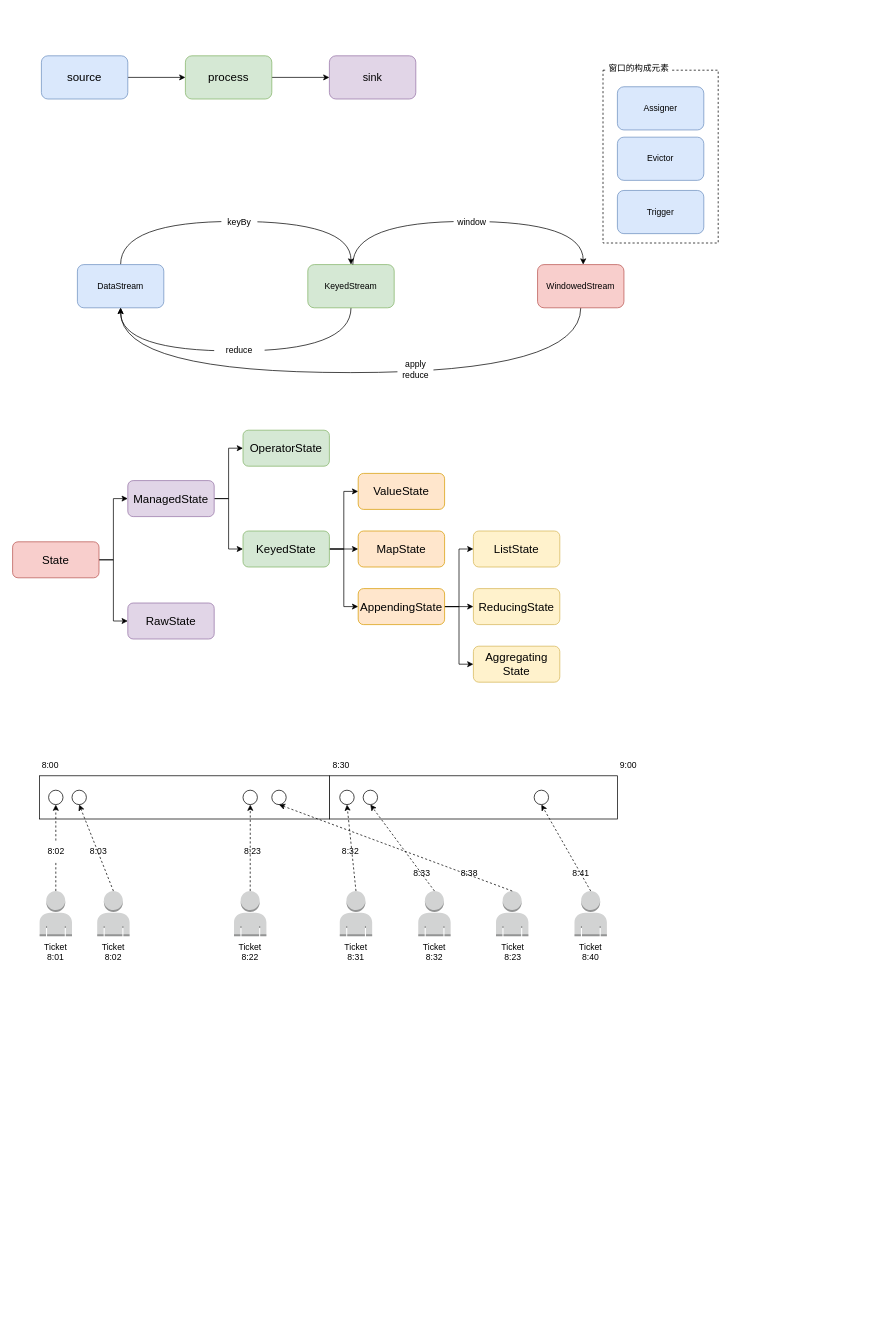
Before: flink.drawio in ZiqingYip/moment, a draw.io diagram. Source tidied: cells renumbered, new cells numbered last; positions are measured from the earlier drawing's top-left corner, leaving out a move shared by most shapes. Both pictures are drawn from the tidied source at 72%, with x=0, y=0 at pixel (12, 55).
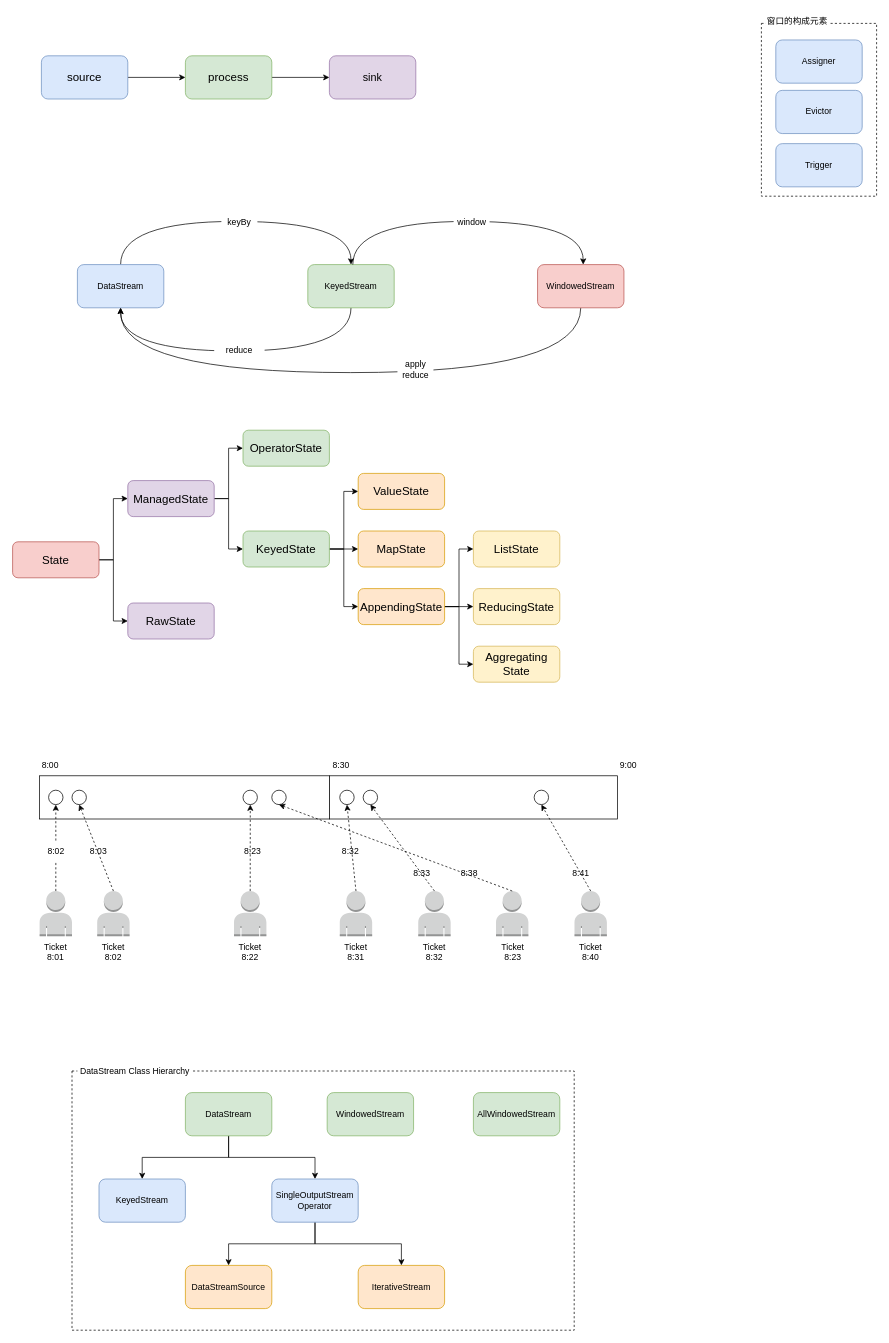
After the change.

Diff of the diagram source:
```diff
@@
+    <mxCell id="85" style="rounded=0;whiteSpace=wrap;html=1;fillColor=none;dashed=1;" parent="1" vertex="1">
+      <mxGeometry x="82.5" y="1410" width="697.5" height="360" as="geometry" />
+    </mxCell>
@@
     <mxCell id="75" value="Assigner" style="rounded=1;whiteSpace=wrap;html=1;fillColor=#dae8fc;strokeColor=#6c8ebf;" parent="1" vertex="1">
-      <mxGeometry x="840" y="43" width="120" height="60" as="geometry" />
+      <mxGeometry x="1060" y="-22" width="120" height="60" as="geometry" />
     </mxCell>
     <mxCell id="76" value="Evictor" style="rounded=1;whiteSpace=wrap;html=1;fillColor=#dae8fc;strokeColor=#6c8ebf;" parent="1" vertex="1">
-      <mxGeometry x="840" y="113" width="120" height="60" as="geometry" />
+      <mxGeometry x="1060" y="48" width="120" height="60" as="geometry" />
     </mxCell>
     <mxCell id="77" value="Trigger" style="rounded=1;whiteSpace=wrap;html=1;fillColor=#dae8fc;strokeColor=#6c8ebf;" parent="1" vertex="1">
-      <mxGeometry x="840" y="187" width="120" height="60" as="geometry" />
+      <mxGeometry x="1060" y="122" width="120" height="60" as="geometry" />
     </mxCell>
     <mxCell id="78" style="rounded=0;whiteSpace=wrap;html=1;fillColor=none;dashed=1;" parent="1" vertex="1">
-      <mxGeometry x="820" y="20" width="160" height="240" as="geometry" />
+      <mxGeometry x="1040" y="-45" width="160" height="240" as="geometry" />
     </mxCell>
     <mxCell id="79" value="窗口的构成元素" style="text;html=1;strokeColor=none;fillColor=default;align=center;verticalAlign=middle;whiteSpace=wrap;rounded=0;dashed=1;" parent="1" vertex="1">
-      <mxGeometry x="825.4" y="5" width="90" height="25" as="geometry" />
+      <mxGeometry x="1045.4" y="-60" width="90" height="25" as="geometry" />
     </mxCell>
@@
+    <mxCell id="86" style="edgeStyle=orthogonalEdgeStyle;rounded=0;jettySize=auto;html=1;exitX=0.5;exitY=1;exitDx=0;exitDy=0;entryX=0.5;entryY=0;entryDx=0;entryDy=0;" parent="1" edge="1" source="88" target="91">
+      <mxGeometry relative="1" as="geometry" />
+    </mxCell>
+    <mxCell id="87" style="edgeStyle=orthogonalEdgeStyle;rounded=0;jettySize=auto;html=1;exitX=0.5;exitY=1;exitDx=0;exitDy=0;entryX=0.5;entryY=0;entryDx=0;entryDy=0;" parent="1" edge="1" source="88" target="94">
+      <mxGeometry relative="1" as="geometry" />
+    </mxCell>
+    <mxCell id="88" value="DataStream" style="rounded=1;whiteSpace=wrap;html=1;fillColor=#d5e8d4;strokeColor=#82b366;" parent="1" vertex="1">
+      <mxGeometry x="240" y="1440" width="120" height="60" as="geometry" />
+    </mxCell>
+    <mxCell id="89" value="WindowedStream" style="rounded=1;whiteSpace=wrap;html=1;fillColor=#d5e8d4;strokeColor=#82b366;" parent="1" vertex="1">
+      <mxGeometry x="436.9" y="1440" width="120" height="60" as="geometry" />
+    </mxCell>
+    <mxCell id="90" value="AllWindowedStream" style="rounded=1;whiteSpace=wrap;html=1;fillColor=#d5e8d4;strokeColor=#82b366;" parent="1" vertex="1">
+      <mxGeometry x="640" y="1440" width="120" height="60" as="geometry" />
+    </mxCell>
+    <mxCell id="91" value="KeyedStream" style="rounded=1;whiteSpace=wrap;html=1;fillColor=#dae8fc;strokeColor=#6c8ebf;" parent="1" vertex="1">
+      <mxGeometry x="120" y="1560" width="120" height="60" as="geometry" />
+    </mxCell>
+    <mxCell id="92" style="edgeStyle=orthogonalEdgeStyle;rounded=0;jettySize=auto;html=1;exitX=0.5;exitY=1;exitDx=0;exitDy=0;entryX=0.5;entryY=0;entryDx=0;entryDy=0;" parent="1" edge="1" source="94" target="96">
+      <mxGeometry relative="1" as="geometry" />
+    </mxCell>
+    <mxCell id="93" style="edgeStyle=orthogonalEdgeStyle;rounded=0;jettySize=auto;html=1;exitX=0.5;exitY=1;exitDx=0;exitDy=0;entryX=0.5;entryY=0;entryDx=0;entryDy=0;" parent="1" edge="1" source="94" target="95">
+      <mxGeometry relative="1" as="geometry" />
+    </mxCell>
+    <mxCell id="94" value="SingleOutputStream&lt;br&gt;Operator" style="rounded=1;whiteSpace=wrap;html=1;fillColor=#dae8fc;strokeColor=#6c8ebf;" parent="1" vertex="1">
+      <mxGeometry x="360" y="1560" width="120" height="60" as="geometry" />
+    </mxCell>
+    <mxCell id="95" value="IterativeStream" style="rounded=1;whiteSpace=wrap;html=1;fillColor=#ffe6cc;strokeColor=#d79b00;" parent="1" vertex="1">
+      <mxGeometry x="480" y="1680" width="120" height="60" as="geometry" />
+    </mxCell>
+    <mxCell id="96" value="DataStreamSource" style="rounded=1;whiteSpace=wrap;html=1;fillColor=#ffe6cc;strokeColor=#d79b00;" parent="1" vertex="1">
+      <mxGeometry x="240" y="1680" width="120" height="60" as="geometry" />
+    </mxCell>
+    <mxCell id="97" value="DataStream Class Hierarchy" style="text;html=1;strokeColor=none;fillColor=default;align=center;verticalAlign=middle;whiteSpace=wrap;rounded=0;dashed=1;" parent="1" vertex="1">
+      <mxGeometry x="90" y="1400" width="160" height="20" as="geometry" />
+    </mxCell>
```
